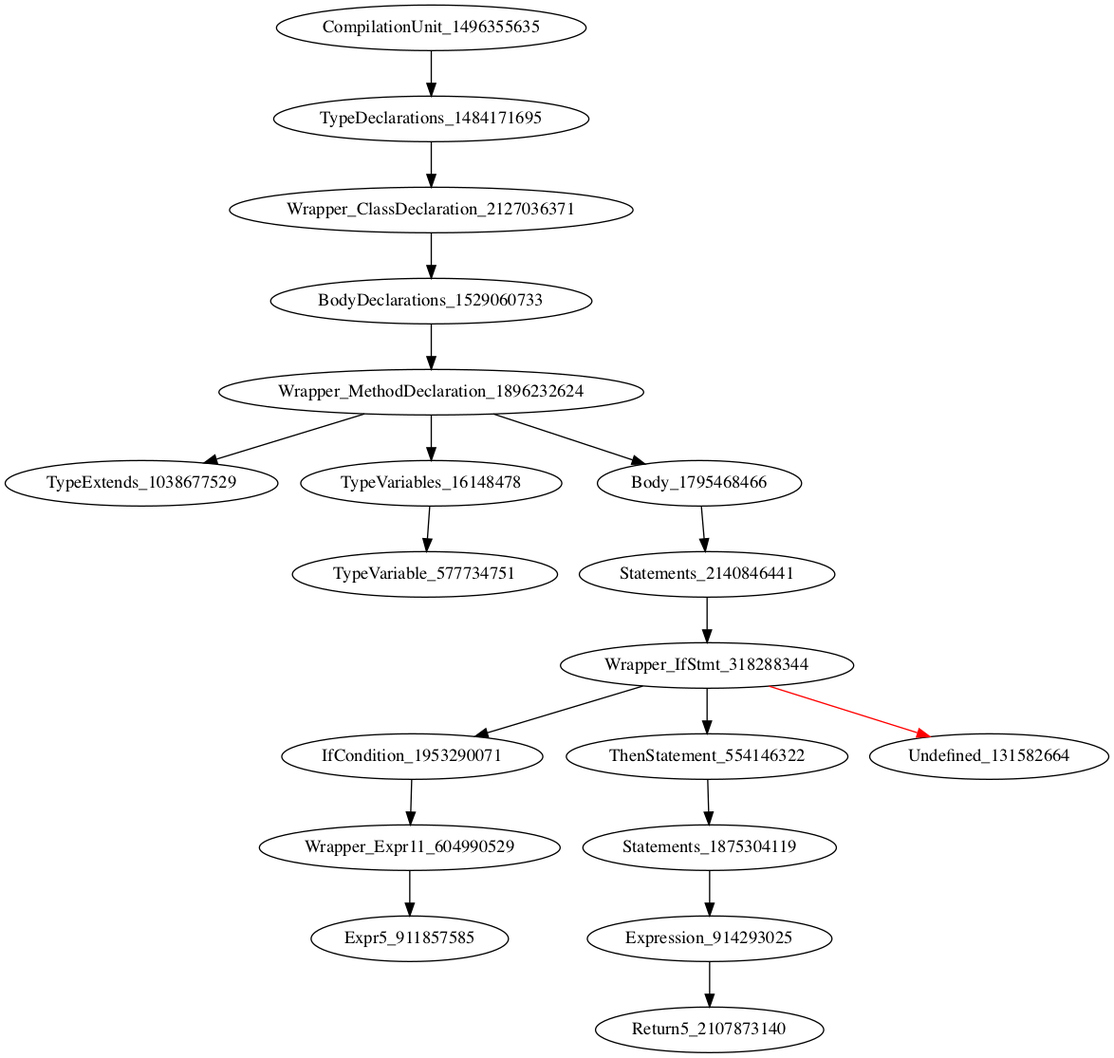
The Graphviz diagram holeAST.png in icse2023material/VoiceJava, before a commit. Its source is kept beside it as holeAST.dot. Source of this version:
```dot
digraph {
CompilationUnit_1496355635 -> TypeDeclarations_1484171695
TypeDeclarations_1484171695 -> Wrapper_ClassDeclaration_2127036371
Wrapper_ClassDeclaration_2127036371 -> BodyDeclarations_1529060733
BodyDeclarations_1529060733 -> Wrapper_MethodDeclaration_1896232624
Wrapper_MethodDeclaration_1896232624 -> TypeExtends_1038677529
Wrapper_MethodDeclaration_1896232624 -> TypeVariables_16148478
Wrapper_MethodDeclaration_1896232624 -> Body_1795468466
TypeVariables_16148478 -> TypeVariable_577734751
Body_1795468466 -> Statements_2140846441
Statements_2140846441 -> Wrapper_IfStmt_318288344
Wrapper_IfStmt_318288344 -> IfCondition_1953290071
Wrapper_IfStmt_318288344 -> ThenStatement_554146322
Wrapper_IfStmt_318288344 -> Undefined_131582664 [color = red]
IfCondition_1953290071 -> Wrapper_Expr11_604990529
ThenStatement_554146322 -> Statements_1875304119
Wrapper_Expr11_604990529 -> Expr5_911857585
Statements_1875304119 -> Expression_914293025
Expression_914293025 -> Return5_2107873140
}
```
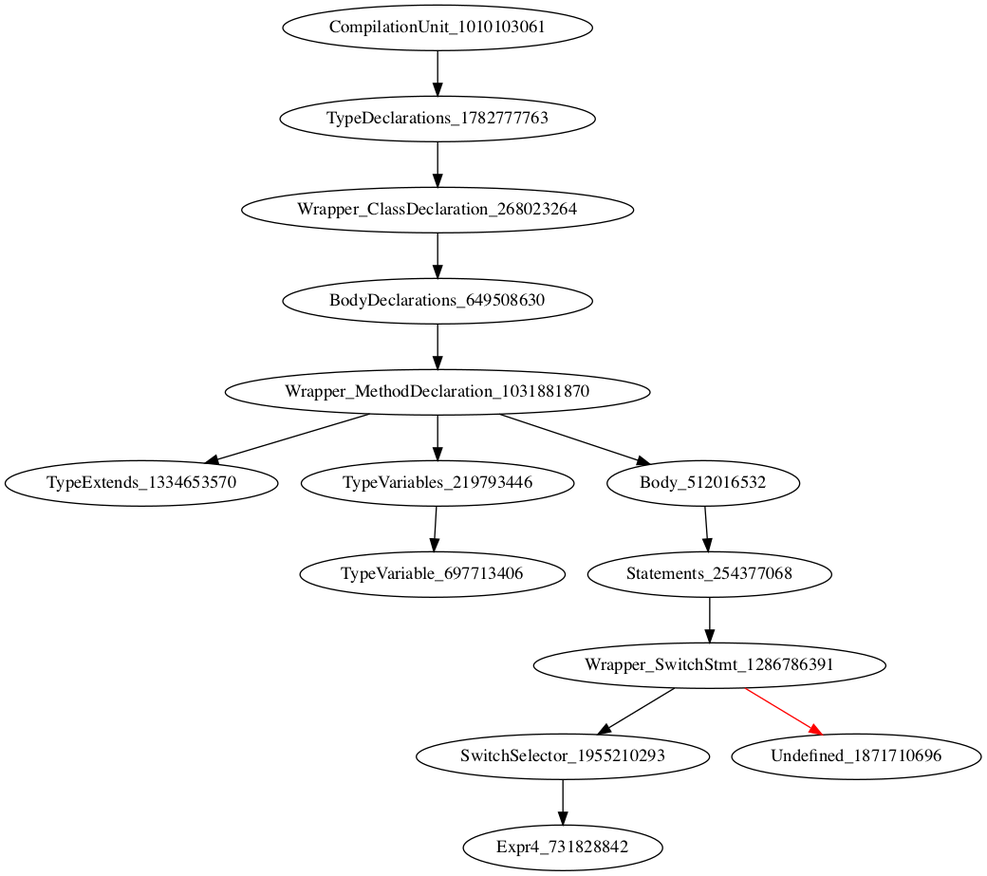
The same diagram one commit later.

Diff of the diagram source:
```diff
@@ -1,20 +1,16 @@
 digraph {
-CompilationUnit_1496355635 -> TypeDeclarations_1484171695
-TypeDeclarations_1484171695 -> Wrapper_ClassDeclaration_2127036371
-Wrapper_ClassDeclaration_2127036371 -> BodyDeclarations_1529060733
-BodyDeclarations_1529060733 -> Wrapper_MethodDeclaration_1896232624
-Wrapper_MethodDeclaration_1896232624 -> TypeExtends_1038677529
-Wrapper_MethodDeclaration_1896232624 -> TypeVariables_16148478
-Wrapper_MethodDeclaration_1896232624 -> Body_1795468466
-TypeVariables_16148478 -> TypeVariable_577734751
-Body_1795468466 -> Statements_2140846441
-Statements_2140846441 -> Wrapper_IfStmt_318288344
-Wrapper_IfStmt_318288344 -> IfCondition_1953290071
-Wrapper_IfStmt_318288344 -> ThenStatement_554146322
-Wrapper_IfStmt_318288344 -> Undefined_131582664 [color = red]
-IfCondition_1953290071 -> Wrapper_Expr11_604990529
-ThenStatement_554146322 -> Statements_1875304119
-Wrapper_Expr11_604990529 -> Expr5_911857585
-Statements_1875304119 -> Expression_914293025
-Expression_914293025 -> Return5_2107873140
+CompilationUnit_322921449 -> TypeDeclarations_649085070
+TypeDeclarations_649085070 -> Wrapper_ClassDeclaration_989072022
+Wrapper_ClassDeclaration_989072022 -> BodyDeclarations_1615955031
+BodyDeclarations_1615955031 -> Wrapper_MethodDeclaration_144278431
+Wrapper_MethodDeclaration_144278431 -> TypeExtends_738793010
+Wrapper_MethodDeclaration_144278431 -> TypeVariables_909318559
+Wrapper_MethodDeclaration_144278431 -> Body_1521242162
+TypeVariables_909318559 -> TypeVariable_510506371
+Body_1521242162 -> Statements_2050070778
+Statements_2050070778 -> Wrapper_IfStmt_1415612866
+Wrapper_IfStmt_1415612866 -> IfCondition_1828028092
+Wrapper_IfStmt_1415612866 -> Undefined_533143308 [color = red]
+IfCondition_1828028092 -> Wrapper_Expr11_1774694982
+Wrapper_Expr11_1774694982 -> Expr5_960038949
 }
```
